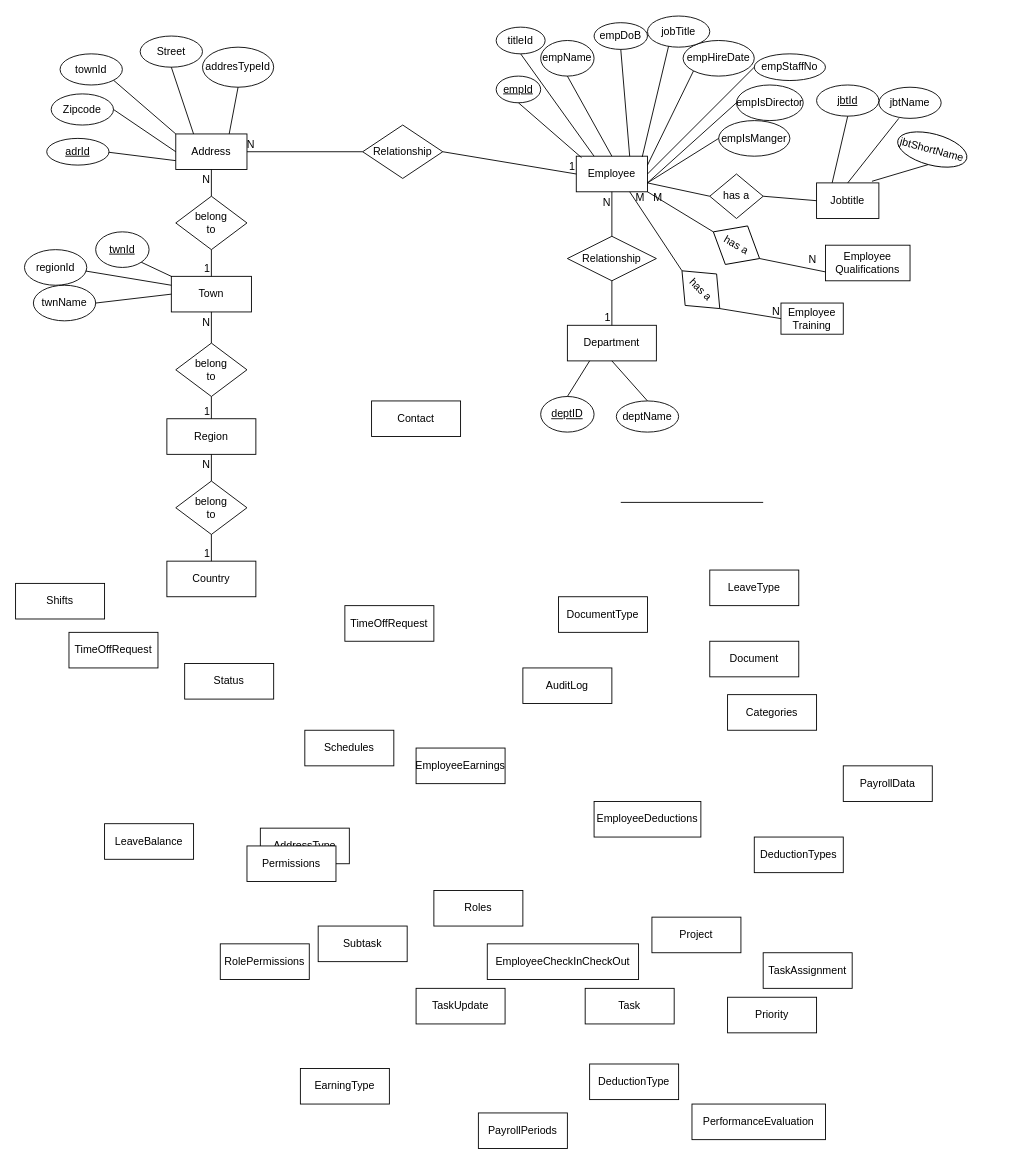
Adjanour/AfricodaHMS keeps this draw.io diagram as devsolutions.drawio. Above is the earlier version. Source tidied: cells renumbered, new cells numbered last; positions are measured from the earlier drawing's top-left corner, leaving out a move shared by most shapes. Both pictures are drawn from the tidied source at 89%, with x=0, y=0 at pixel (15, 15).
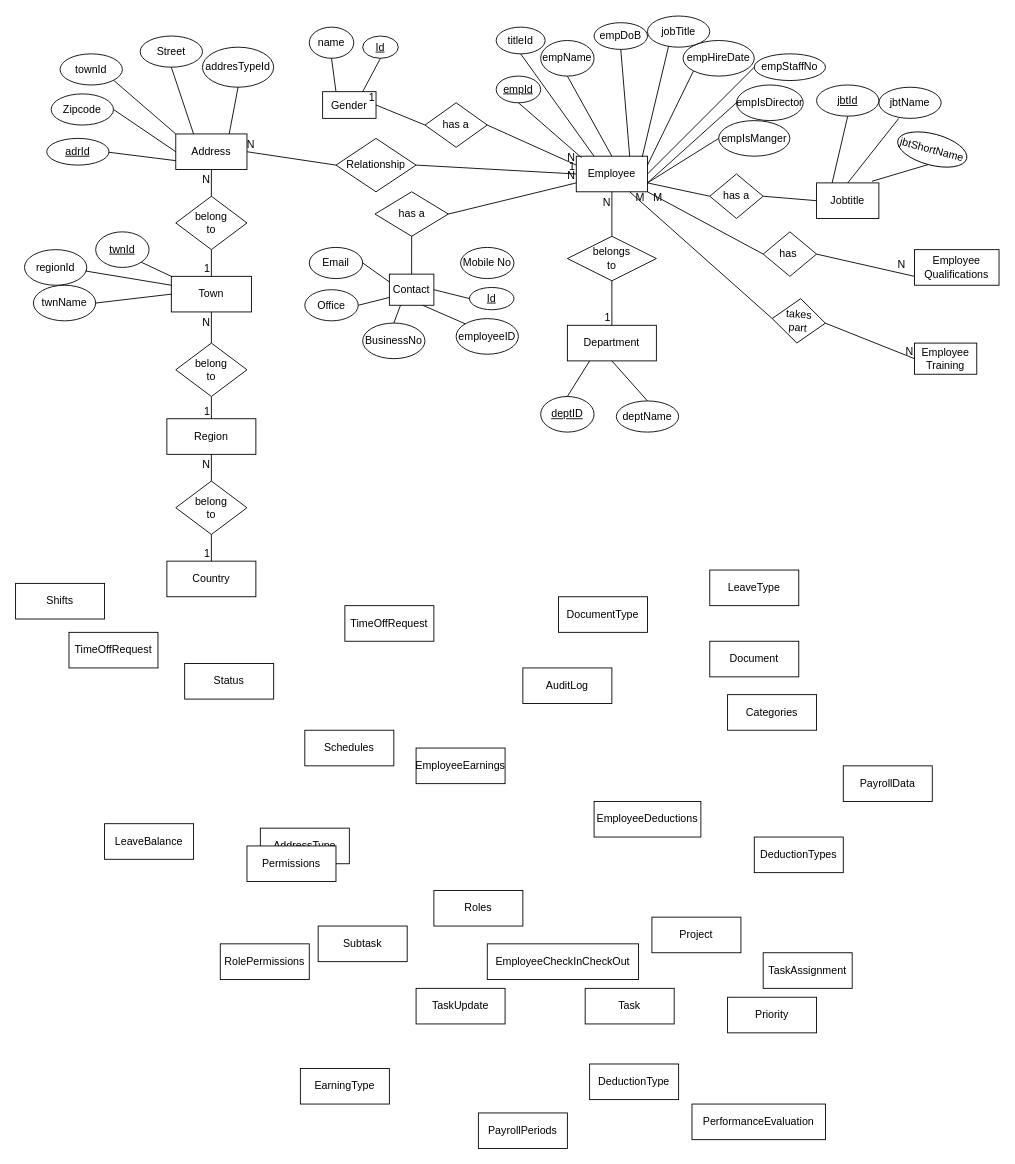
The same page after the edit.

The change refers to these unchanged cells:
```xml
<mxCell id="2" value="Employee" style="whiteSpace=wrap;html=1;align=center;" parent="1" vertex="1">
  <mxGeometry x="630" y="158" width="80" height="40" as="geometry" />
</mxCell>
```

What changed in the source:
```diff
@@
-    <mxCell id="4" value="Relationship" style="shape=rhombus;perimeter=rhombusPerimeter;whiteSpace=wrap;html=1;align=center;" parent="1" vertex="1">
+    <mxCell id="4" value="belongs&lt;div&gt;to&lt;/div&gt;" style="shape=rhombus;perimeter=rhombusPerimeter;whiteSpace=wrap;html=1;align=center;" parent="1" vertex="1">
       <mxGeometry x="620" y="248" width="100" height="50" as="geometry" />
     </mxCell>
@@
     <mxCell id="11" value="Contact" style="whiteSpace=wrap;html=1;align=center;" parent="1" vertex="1">
-      <mxGeometry x="400" y="433" width="100" height="40" as="geometry" />
+      <mxGeometry x="420" y="290.5" width="50" height="35" as="geometry" />
     </mxCell>
@@
     <mxCell id="41" value="Employee&lt;div&gt;Training&lt;/div&gt;" style="whiteSpace=wrap;html=1;align=center;" parent="1" vertex="1">
-      <mxGeometry x="860" y="323" width="70" height="35" as="geometry" />
+      <mxGeometry x="1010" y="368" width="70" height="35" as="geometry" />
     </mxCell>
@@
     <mxCell id="73" value="Relationship" style="shape=rhombus;perimeter=rhombusPerimeter;whiteSpace=wrap;html=1;align=center;" parent="1" vertex="1">
-      <mxGeometry x="390" y="123" width="90" height="60" as="geometry" />
+      <mxGeometry x="360" y="138" width="90" height="60" as="geometry" />
     </mxCell>
@@
-    <mxCell id="98" style="endArrow=none;html=1;rounded=0;" parent="1" edge="1">
-      <mxGeometry relative="1" as="geometry">
-        <mxPoint x="680" y="547" as="sourcePoint" />
-        <mxPoint x="840" y="547" as="targetPoint" />
-      </mxGeometry>
+    <mxCell id="98" style="endArrow=none;html=1;rounded=0;exitX=0.25;exitY=1;exitDx=0;exitDy=0;entryX=0.5;entryY=0;entryDx=0;entryDy=0;" parent="1" edge="1" source="11" target="128">
+      <mxGeometry relative="1" as="geometry" />
     </mxCell>
@@
     <mxCell id="113" value="Employee&lt;div&gt;Qualifications&lt;/div&gt;" style="whiteSpace=wrap;html=1;align=center;" parent="1" vertex="1">
-      <mxGeometry x="910" y="258" width="95" height="40" as="geometry" />
+      <mxGeometry x="1010" y="263" width="95" height="40" as="geometry" />
     </mxCell>
-    <mxCell id="114" value="has a" style="shape=rhombus;perimeter=rhombusPerimeter;whiteSpace=wrap;html=1;align=center;rotation=45;" parent="1" vertex="1">
-      <mxGeometry x="740" y="283" width="60" height="50" as="geometry" />
+    <mxCell id="114" value="takes&lt;div&gt;part&lt;/div&gt;" style="shape=rhombus;perimeter=rhombusPerimeter;whiteSpace=wrap;html=1;align=center;rotation=5;" parent="1" vertex="1">
+      <mxGeometry x="850" y="318" width="60" height="50" as="geometry" />
     </mxCell>
@@
-    <mxCell id="119" value="has a" style="shape=rhombus;perimeter=rhombusPerimeter;whiteSpace=wrap;html=1;align=center;rotation=30;" parent="1" vertex="1">
-      <mxGeometry x="780" y="233" width="60" height="50" as="geometry" />
+    <mxCell id="119" value="has&amp;nbsp;" style="shape=rhombus;perimeter=rhombusPerimeter;whiteSpace=wrap;html=1;align=center;rotation=0;" parent="1" vertex="1">
+      <mxGeometry x="840" y="243" width="60" height="50" as="geometry" />
     </mxCell>
@@
+    <mxCell id="125" value="&lt;u&gt;Id&lt;/u&gt;" style="ellipse;whiteSpace=wrap;html=1;align=center;" parent="1" vertex="1">
+      <mxGeometry x="510" y="305.5" width="50" height="25" as="geometry" />
+    </mxCell>
+    <mxCell id="126" value="employeeID" style="ellipse;whiteSpace=wrap;html=1;align=center;" parent="1" vertex="1">
+      <mxGeometry x="495" y="340.5" width="70" height="40" as="geometry" />
+    </mxCell>
+    <mxCell id="127" value="Mobile No" style="ellipse;whiteSpace=wrap;html=1;align=center;" parent="1" vertex="1">
+      <mxGeometry x="500" y="260.5" width="60" height="35" as="geometry" />
+    </mxCell>
+    <mxCell id="128" value="BusinessNo" style="ellipse;whiteSpace=wrap;html=1;align=center;" parent="1" vertex="1">
+      <mxGeometry x="390" y="345.5" width="70" height="40" as="geometry" />
+    </mxCell>
+    <mxCell id="129" value="Office" style="ellipse;whiteSpace=wrap;html=1;align=center;" parent="1" vertex="1">
+      <mxGeometry x="325" y="308" width="60" height="35" as="geometry" />
+    </mxCell>
+    <mxCell id="130" value="Email" style="ellipse;whiteSpace=wrap;html=1;align=center;" parent="1" vertex="1">
+      <mxGeometry x="330" y="260.5" width="60" height="35" as="geometry" />
+    </mxCell>
+    <mxCell id="131" value="has a" style="shape=rhombus;perimeter=rhombusPerimeter;whiteSpace=wrap;html=1;align=center;" parent="1" vertex="1">
+      <mxGeometry x="403.8" y="198" width="82.5" height="50" as="geometry" />
+    </mxCell>
+    <mxCell id="132" style="endArrow=none;html=1;rounded=0;exitX=1;exitY=0.5;exitDx=0;exitDy=0;entryX=0;entryY=0.75;entryDx=0;entryDy=0;" parent="1" edge="1" source="131" target="2">
+      <mxGeometry relative="1" as="geometry" />
+    </mxCell>
+    <mxCell id="133" value="N" style="html=1;whiteSpace=wrap;align=right;verticalAlign=bottom;" parent="132" vertex="1">
+      <mxGeometry x="1" relative="1" as="geometry" />
+    </mxCell>
+    <mxCell id="134" style="endArrow=none;html=1;rounded=0;exitX=0.5;exitY=1;exitDx=0;exitDy=0;entryX=0.5;entryY=0;entryDx=0;entryDy=0;" parent="1" edge="1" source="131" target="11">
+      <mxGeometry relative="1" as="geometry" />
+    </mxCell>
+    <mxCell id="135" style="endArrow=none;html=1;rounded=0;exitX=0;exitY=0.75;exitDx=0;exitDy=0;entryX=1;entryY=0.5;entryDx=0;entryDy=0;" parent="1" edge="1" source="11" target="129">
+      <mxGeometry relative="1" as="geometry" />
+    </mxCell>
+    <mxCell id="136" style="endArrow=none;html=1;rounded=0;exitX=1;exitY=0.5;exitDx=0;exitDy=0;entryX=0;entryY=0.5;entryDx=0;entryDy=0;" parent="1" edge="1" source="11" target="125">
+      <mxGeometry relative="1" as="geometry" />
+    </mxCell>
+    <mxCell id="137" style="endArrow=none;html=1;rounded=0;exitX=0.75;exitY=1;exitDx=0;exitDy=0;entryX=0;entryY=0;entryDx=0;entryDy=0;" parent="1" edge="1" source="11" target="126">
+      <mxGeometry relative="1" as="geometry" />
+    </mxCell>
+    <mxCell id="138" style="endArrow=none;html=1;rounded=0;exitX=0;exitY=0.25;exitDx=0;exitDy=0;entryX=1;entryY=0.5;entryDx=0;entryDy=0;" parent="1" edge="1" source="11" target="130">
+      <mxGeometry relative="1" as="geometry" />
+    </mxCell>
+    <mxCell id="139" value="Gender" style="whiteSpace=wrap;html=1;align=center;" parent="1" vertex="1">
+      <mxGeometry x="345" y="85.5" width="60" height="30" as="geometry" />
+    </mxCell>
+    <mxCell id="140" value="has a" style="shape=rhombus;perimeter=rhombusPerimeter;whiteSpace=wrap;html=1;align=center;" parent="1" vertex="1">
+      <mxGeometry x="460" y="98" width="70" height="50" as="geometry" />
+    </mxCell>
+    <mxCell id="141" style="endArrow=none;html=1;rounded=0;exitX=0;exitY=0.5;exitDx=0;exitDy=0;entryX=1;entryY=0.5;entryDx=0;entryDy=0;" parent="1" edge="1" source="140" target="139">
+      <mxGeometry relative="1" as="geometry" />
+    </mxCell>
+    <mxCell id="142" value="1" style="html=1;whiteSpace=wrap;align=right;verticalAlign=bottom;" parent="141" vertex="1">
+      <mxGeometry x="1" relative="1" as="geometry" />
+    </mxCell>
+    <mxCell id="143" style="endArrow=none;html=1;rounded=0;exitX=1;exitY=0.5;exitDx=0;exitDy=0;entryX=0;entryY=0.25;entryDx=0;entryDy=0;" parent="1" edge="1" source="140" target="2">
+      <mxGeometry relative="1" as="geometry" />
+    </mxCell>
+    <mxCell id="144" value="N" style="html=1;whiteSpace=wrap;align=right;verticalAlign=bottom;" parent="143" vertex="1">
+      <mxGeometry x="1" relative="1" as="geometry" />
+    </mxCell>
+    <mxCell id="145" value="&lt;u&gt;Id&lt;/u&gt;" style="ellipse;whiteSpace=wrap;html=1;align=center;" parent="1" vertex="1">
+      <mxGeometry x="390" y="23" width="40" height="25" as="geometry" />
+    </mxCell>
+    <mxCell id="146" value="name" style="ellipse;whiteSpace=wrap;html=1;align=center;" parent="1" vertex="1">
+      <mxGeometry x="330" y="13" width="50" height="35" as="geometry" />
+    </mxCell>
+    <mxCell id="147" style="endArrow=none;html=1;rounded=0;exitX=0.5;exitY=1;exitDx=0;exitDy=0;entryX=0.25;entryY=0;entryDx=0;entryDy=0;" parent="1" edge="1" source="146" target="139">
+      <mxGeometry relative="1" as="geometry" />
+    </mxCell>
+    <mxCell id="148" style="endArrow=none;html=1;rounded=0;exitX=0.5;exitY=1;exitDx=0;exitDy=0;entryX=0.75;entryY=0;entryDx=0;entryDy=0;" parent="1" edge="1" source="145" target="139">
+      <mxGeometry relative="1" as="geometry" />
+    </mxCell>
```
